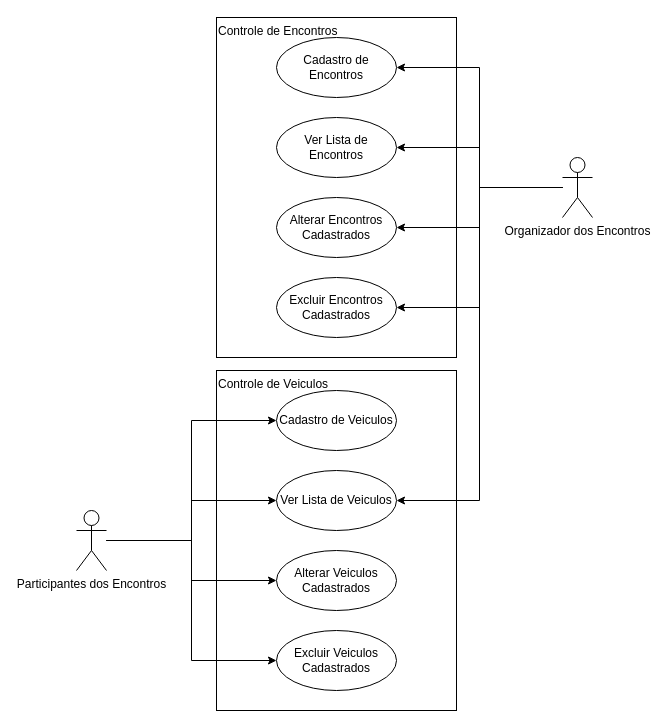
The draw.io diagram page "Diagrama de Casos de Uso" (1 of 2) of Diagramas.drawio in EdsonDoro/Encontro-de-Carros-Antigos, before the edit. Source tidied: cells renumbered, new cells numbered last; positions are measured from the earlier drawing's top-left corner, leaving out a move shared by most shapes. Both pictures are drawn from the tidied source at 100%, with x=0, y=0 at pixel (76, 17).
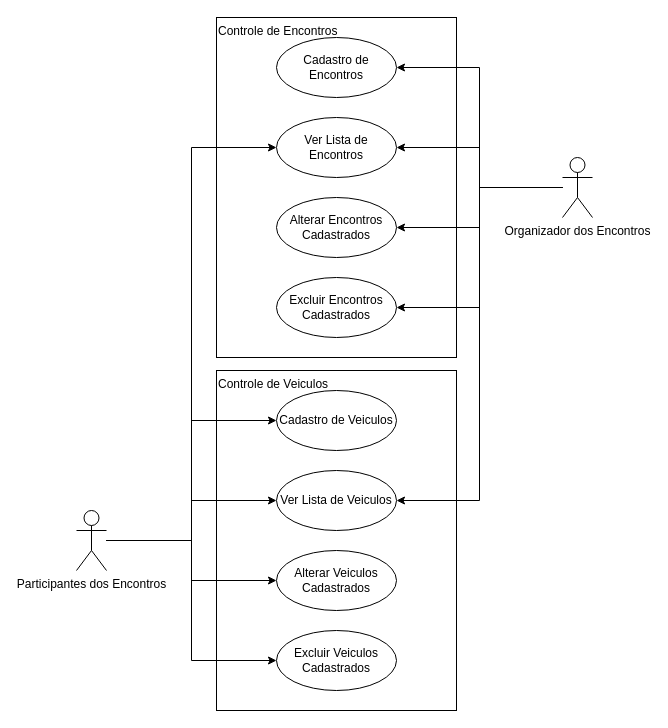
After the change.

The change refers to these unchanged cells:
```xml
<mxCell id="7" value="Participantes dos Encontros" style="shape=umlActor;verticalLabelPosition=bottom;verticalAlign=top;html=1;outlineConnect=0;" parent="1" vertex="1">
  <mxGeometry y="493" width="30" height="60" as="geometry" />
</mxCell>
<mxCell id="20" value="Ver Lista de Encontros" style="ellipse;whiteSpace=wrap;html=1;" parent="1" vertex="1">
  <mxGeometry x="200" y="100" width="120" height="60" as="geometry" />
</mxCell>
```

Diff of the diagram source:
```diff
@@
+    <mxCell id="23" style="edgeStyle=orthogonalEdgeStyle;rounded=0;jettySize=auto;html=1;entryX=0;entryY=0.5;entryDx=0;entryDy=0;" parent="1" edge="1" source="7" target="20">
+      <mxGeometry relative="1" as="geometry" />
+    </mxCell>
```
